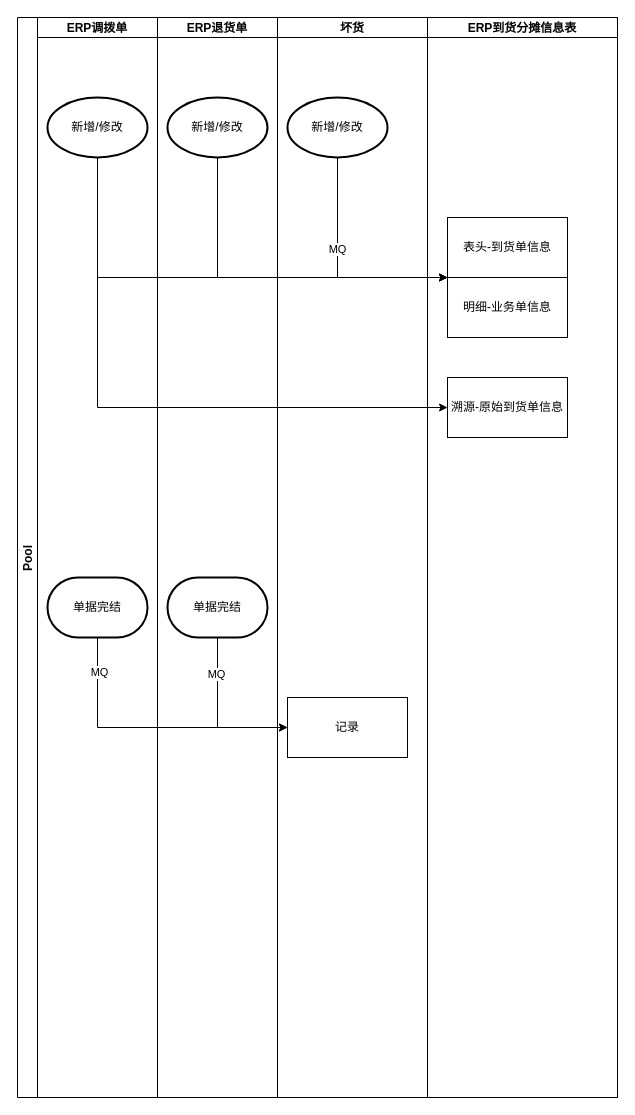
fengj1202/draw keeps this draw.io diagram as 退货坏货调拨控制到货数量.drawio. Above is the earlier version. Source tidied: cells renumbered, new cells numbered last; positions are measured from the earlier drawing's top-left corner, leaving out a move shared by most shapes. Both pictures are drawn from the tidied source at 100%, with x=0, y=0 at pixel (17, 17).
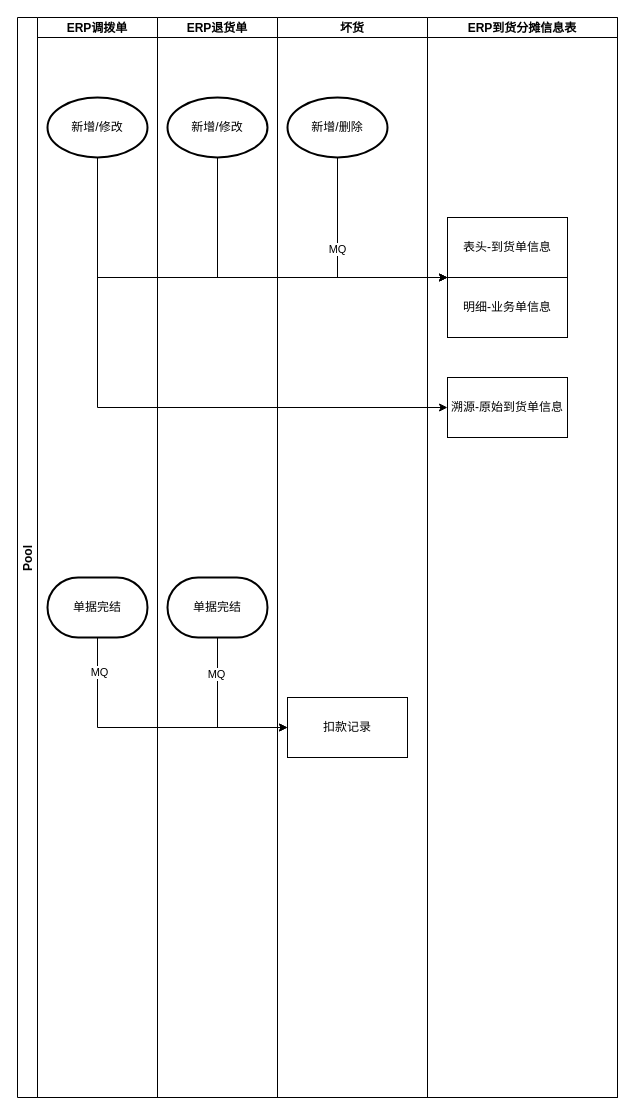
The same page after the edit.

Commit message (it also covers changes not shown here):
更新退货坏货调拨控制到货数量.drawio

The change refers to these unchanged cells:
```xml
<mxCell id="9" value="坏货" style="swimlane;startSize=20;" parent="2" vertex="1">
  <mxGeometry x="260" width="150" height="1080" as="geometry" />
</mxCell>
```

The edit, as a diff of the source:
```diff
@@
-    <mxCell id="10" value="新增/修改" style="strokeWidth=2;html=1;shape=mxgraph.flowchart.start_1;whiteSpace=wrap;" parent="9" vertex="1">
+    <mxCell id="10" value="新增/删除" style="strokeWidth=2;html=1;shape=mxgraph.flowchart.start_1;whiteSpace=wrap;" parent="9" vertex="1">
       <mxGeometry x="10" y="80" width="100" height="60" as="geometry" />
     </mxCell>
-    <mxCell id="11" value="记录" style="whiteSpace=wrap;html=1;align=center;newEdgeStyle={&quot;edgeStyle&quot;:&quot;elbowEdgeStyle&quot;,&quot;startArrow&quot;:&quot;none&quot;,&quot;endArrow&quot;:&quot;none&quot;};" parent="9" vertex="1">
+    <mxCell id="11" value="扣款记录" style="whiteSpace=wrap;html=1;align=center;newEdgeStyle={&quot;edgeStyle&quot;:&quot;elbowEdgeStyle&quot;,&quot;startArrow&quot;:&quot;none&quot;,&quot;endArrow&quot;:&quot;none&quot;};" parent="9" vertex="1">
       <mxGeometry x="10" y="680" width="120" height="60" as="geometry" />
     </mxCell>
```
